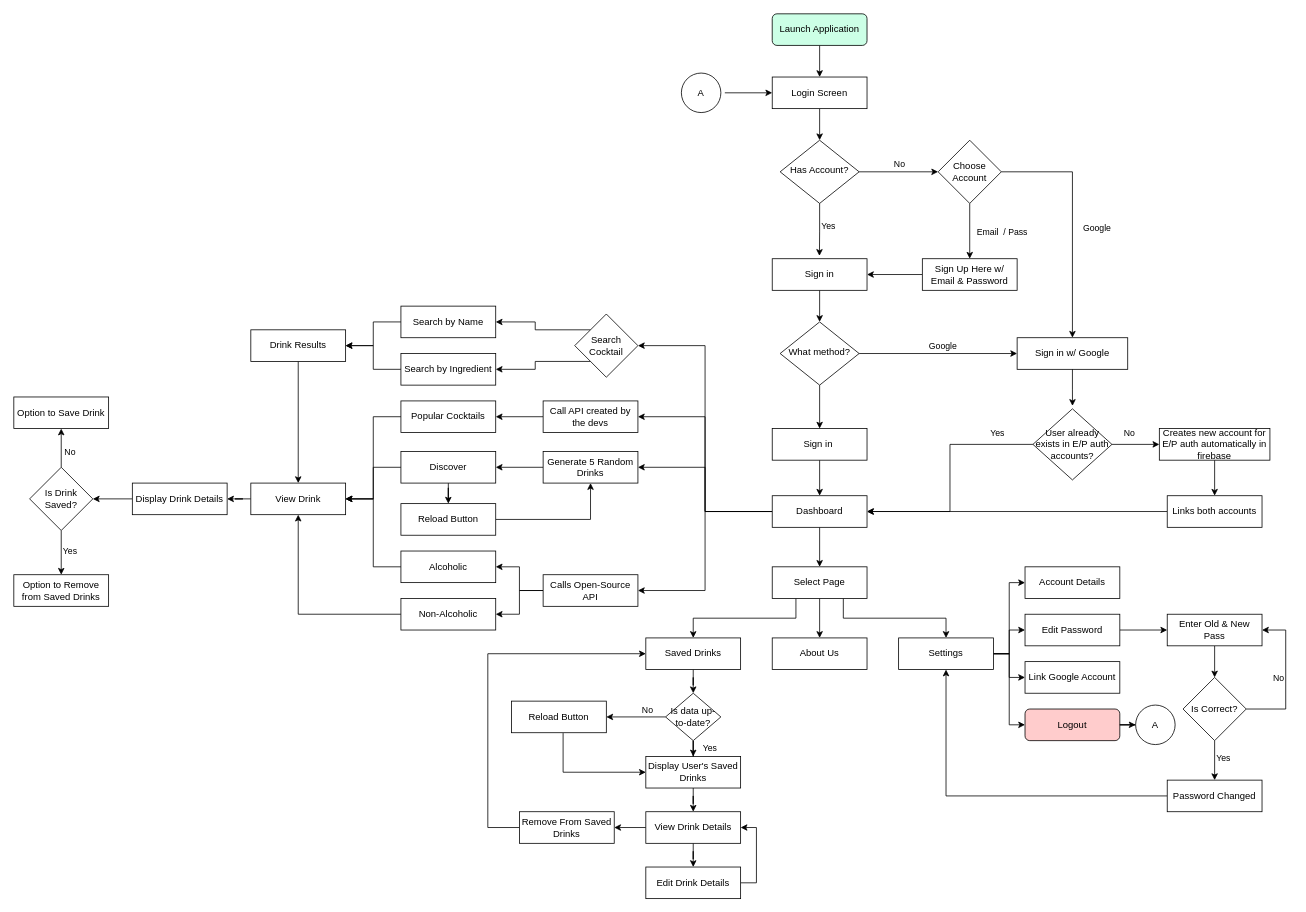
Above: inom_project/Kanpai.drawio in Marck-road/MobDev_Inom_Proj (draw.io), before the change. Source tidied: cells renumbered, new cells numbered last; positions are measured from the earlier drawing's top-left corner, leaving out a move shared by most shapes. Both pictures are drawn from the tidied source at 79%, with x=0, y=0 at pixel (13, 13).
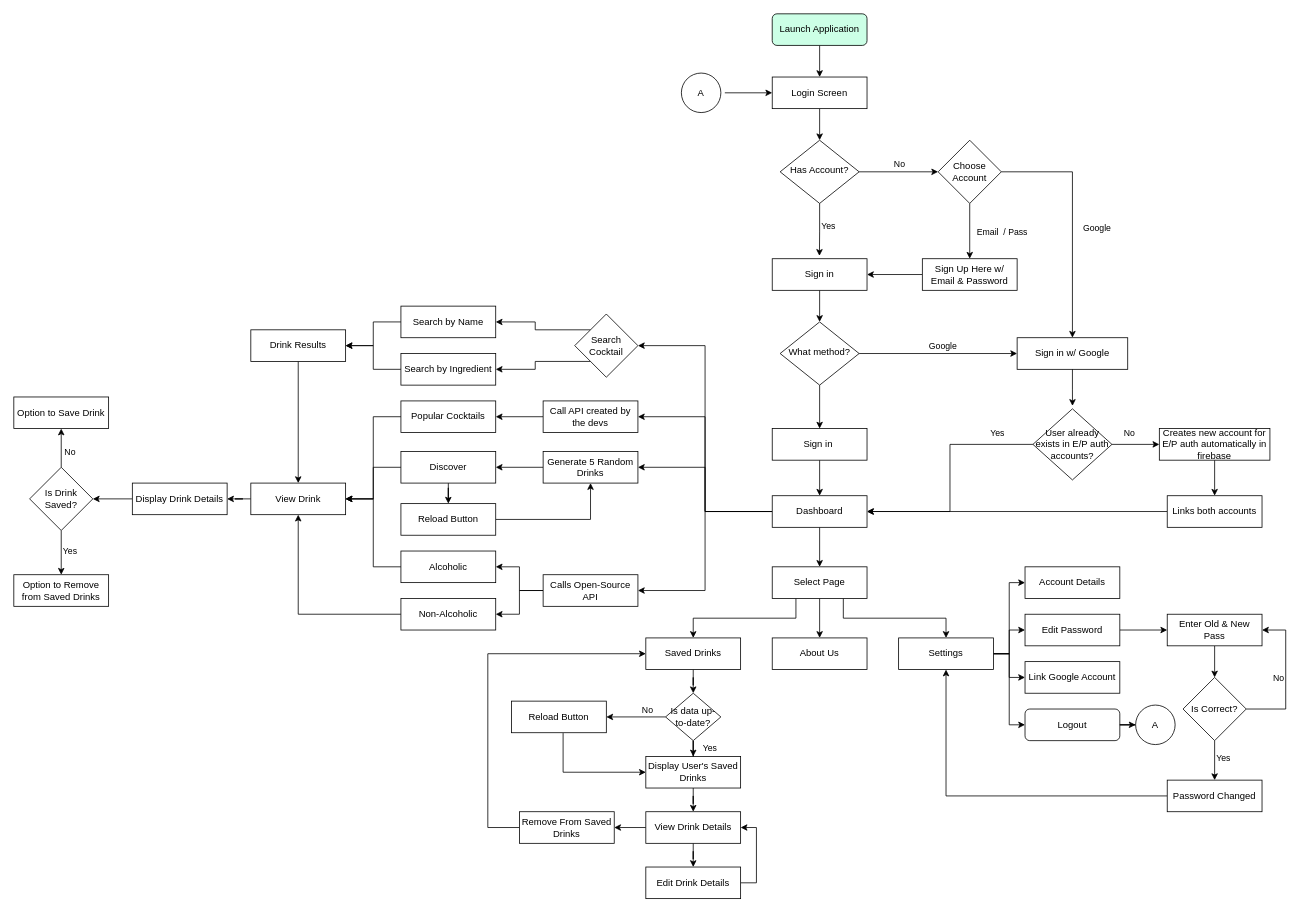
Above is the later version.

What changed in the source:
```diff
@@
-    <mxCell id="92" value="Logout" style="rounded=1;whiteSpace=wrap;html=1;fillColor=#FFCCCC;" parent="1" vertex="1">
+    <mxCell id="92" value="Logout" style="rounded=1;whiteSpace=wrap;html=1;" parent="1" vertex="1">
       <mxGeometry x="1280" y="880" width="120" height="40" as="geometry" />
     </mxCell>
```
